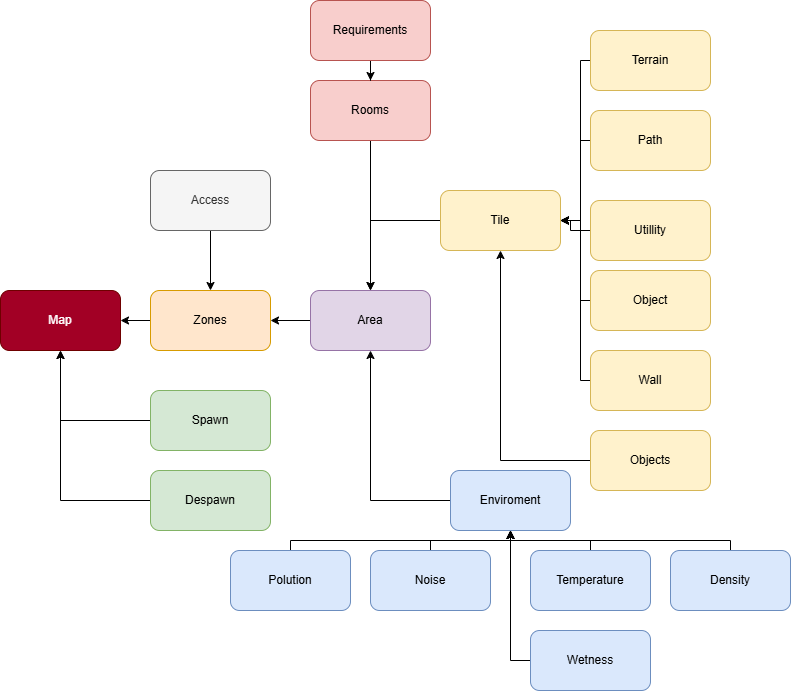
benjacobs982-dev/Festival-Sim-Project keeps this draw.io diagram as design/Architecture/Map.png. Above is the earlier version. Source tidied: cells renumbered, new cells last; positions are measured from the earlier drawing's top-left corner, leaving out a move shared by most shapes.
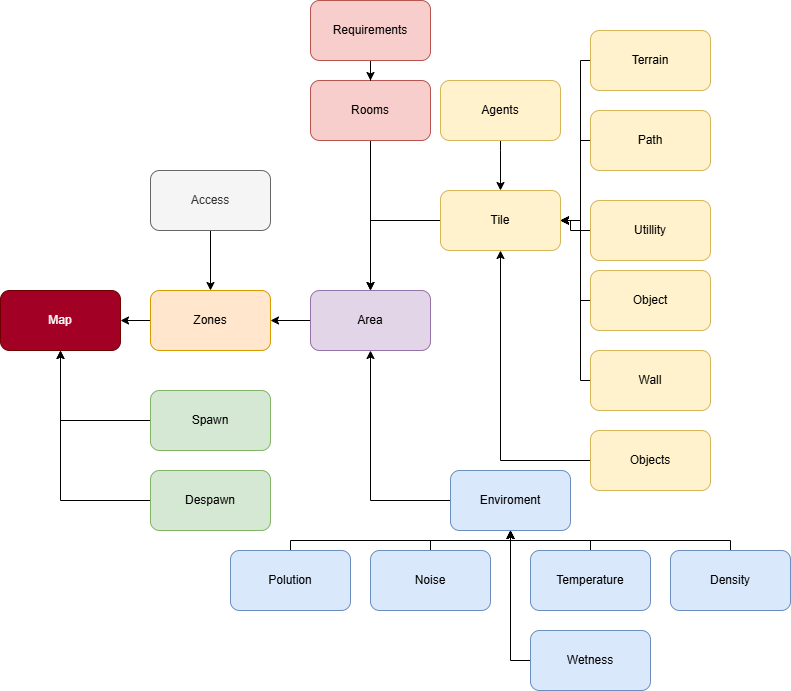
After the change.

Change to the diagram source:
```diff
@@ -169,5 +169,16 @@
     <mxCell id="42" value="Objects" style="rounded=1;whiteSpace=wrap;html=1;fillColor=#fff2cc;strokeColor=#d6b656;" parent="1" vertex="1">
       <mxGeometry x="590" y="430" width="120" height="60" as="geometry" />
     </mxCell>
+    <mxCell id="43" style="edgeStyle=orthogonalEdgeStyle;rounded=0;jettySize=auto;html=1;" parent="1" edge="1" source="44" target="5">
+      <mxGeometry relative="1" as="geometry">
+        <Array as="points">
+          <mxPoint x="500" y="150" />
+          <mxPoint x="500" y="150" />
+        </Array>
+      </mxGeometry>
+    </mxCell>
+    <mxCell id="44" value="Agents" style="rounded=1;whiteSpace=wrap;html=1;fillColor=#fff2cc;strokeColor=#d6b656;" parent="1" vertex="1">
+      <mxGeometry x="440" y="80" width="120" height="60" as="geometry" />
+    </mxCell>
   </root>
 </mxGraphModel>
```
